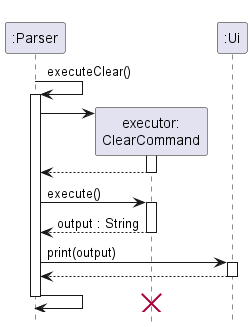
The PlantUML diagram docs/imgs/clearSequence.png in nus-cs2113-AY2223S1/tp, before a commit. Its source is kept beside it as docs/UML Diagrams/clearSequence.puml.
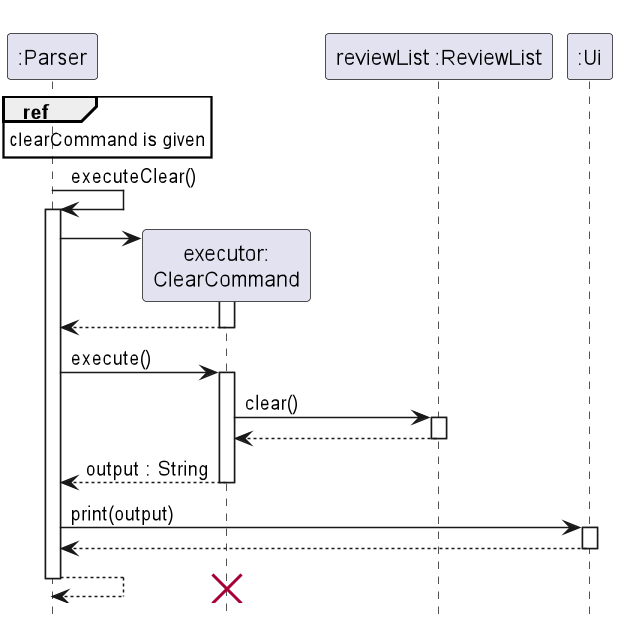
Later version of the same file.

Commit message:
added to sequence diagrams

The edit, as a diff of the source:
```diff
@@ -4,6 +4,10 @@
 hide footbox
 
 participant ":Parser"
+
+ref over ":Parser"
+clearCommand is given
+end ref
 
 ":Parser" -> ":Parser" : executeClear()
 activate ":Parser"
@@ -17,6 +21,13 @@
 
 ":Parser" -> "executor:\nClearCommand" : execute()
 activate "executor:\nClearCommand"
+
+participant "reviewList :ReviewList"
+"executor:\nClearCommand" -> "reviewList :ReviewList" : clear()
+activate "reviewList :ReviewList"
+"reviewList :ReviewList" --> "executor:\nClearCommand"
+deactivate "reviewList :ReviewList"
+
 "executor:\nClearCommand" --> ":Parser": output : String
 deactivate "executor:\nClearCommand"
 
@@ -27,7 +38,7 @@
 ":Ui" --> ":Parser"
 deactivate ":Ui"
 
-":Parser" -> ":Parser"
+":Parser" --> ":Parser"
 destroy "executor:\nClearCommand"
 deactivate ":Parser"
 
```
